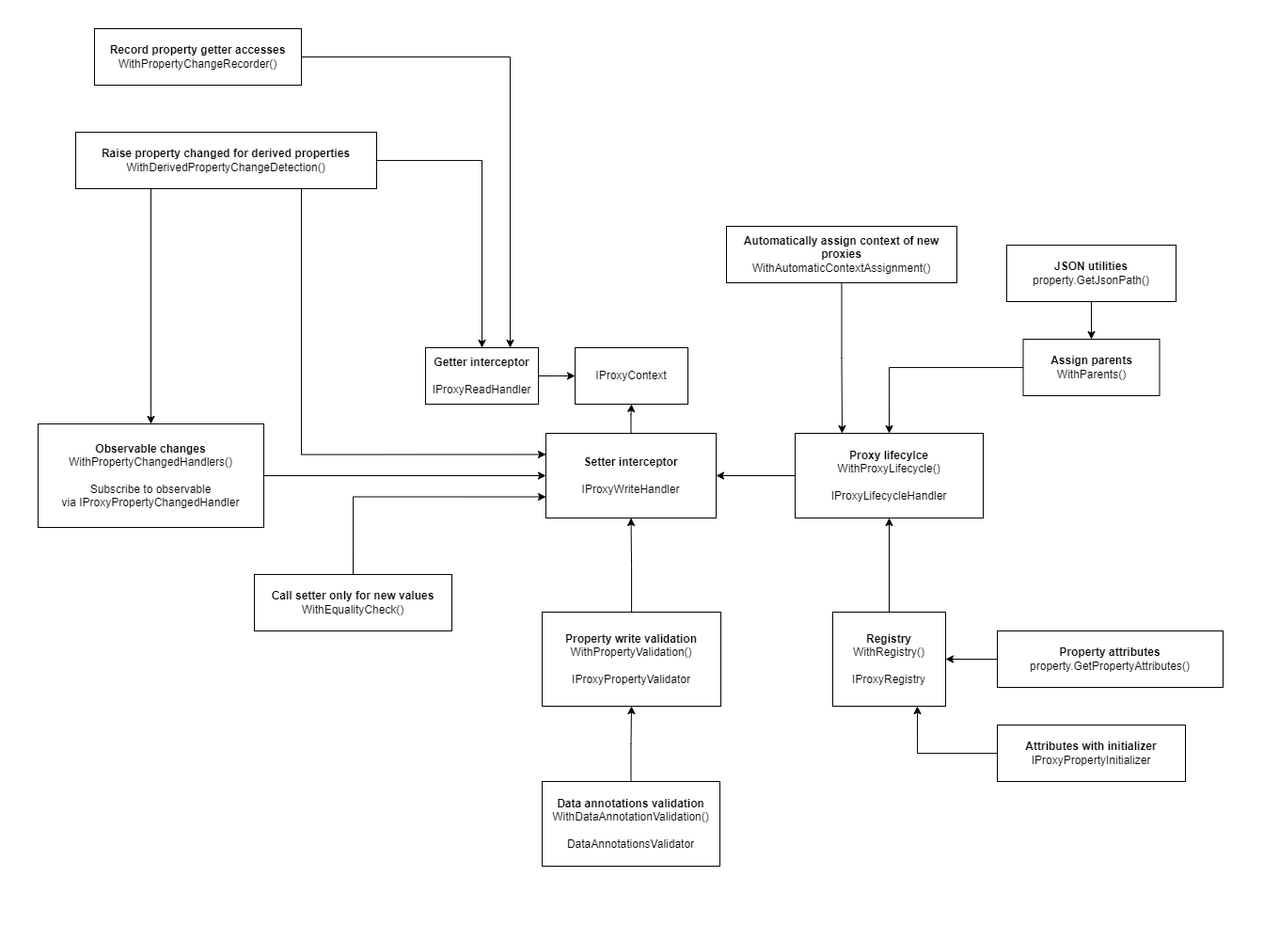
RicoSuter/Namotion.Interceptor keeps this draw.io diagram as features.png. Above is the earlier version. Source tidied: cells renumbered, new cells last; positions are measured from the earlier drawing's top-left corner, leaving out a move shared by most shapes.
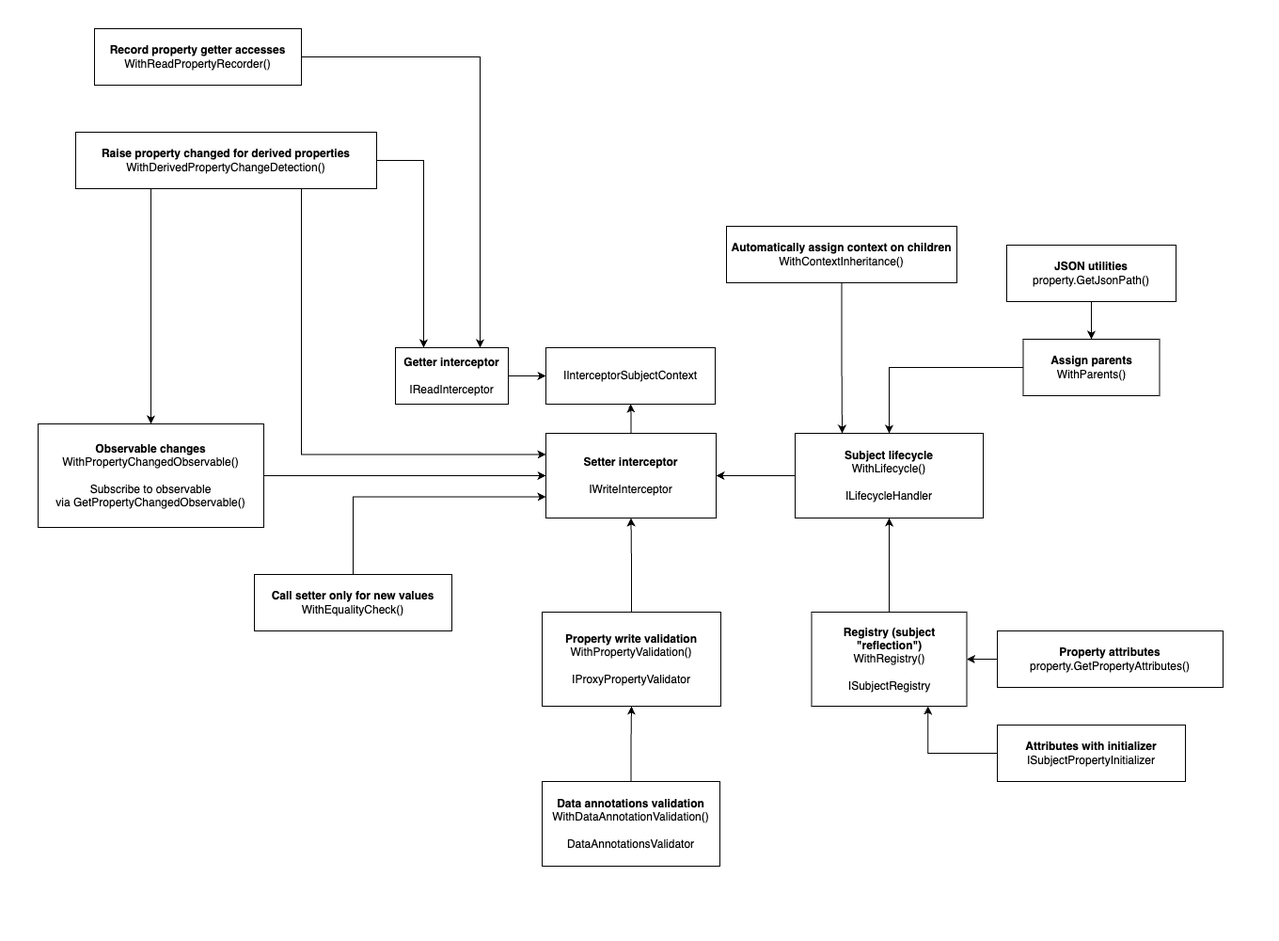
Above is the later version.

Change to the diagram source:
```diff
@@ -5,11 +5,11 @@
     <mxCell id="2" style="edgeStyle=orthogonalEdgeStyle;rounded=0;jettySize=auto;html=1;entryX=0.5;entryY=1;entryDx=0;entryDy=0;" parent="1" edge="1" source="3" target="4">
       <mxGeometry relative="1" as="geometry" />
     </mxCell>
-    <mxCell id="3" value="&lt;div&gt;&lt;b&gt;Setter interceptor&lt;/b&gt;&lt;/div&gt;&lt;div&gt;&lt;br&gt;&lt;/div&gt;IProxyWriteHandler" style="rounded=0;whiteSpace=wrap;html=1;" parent="1" vertex="1">
+    <mxCell id="3" value="&lt;div&gt;&lt;b&gt;Setter interceptor&lt;/b&gt;&lt;/div&gt;&lt;div&gt;&lt;br&gt;&lt;/div&gt;IWriteInterceptor" style="rounded=0;whiteSpace=wrap;html=1;" parent="1" vertex="1">
       <mxGeometry x="580" y="460" width="181" height="90" as="geometry" />
     </mxCell>
-    <mxCell id="4" value="IProxyContext" style="rounded=0;whiteSpace=wrap;html=1;" parent="1" vertex="1">
-      <mxGeometry x="611" y="369" width="120" height="60" as="geometry" />
+    <mxCell id="4" value="IInterceptorSubjectContext" style="rounded=0;whiteSpace=wrap;html=1;" parent="1" vertex="1">
+      <mxGeometry x="580" y="369" width="180" height="60" as="geometry" />
     </mxCell>
     <mxCell id="5" value="&lt;div&gt;&lt;b&gt;Property write validation&lt;/b&gt;&lt;/div&gt;&lt;div&gt;WithPropertyValidation()&lt;/div&gt;&lt;div&gt;&lt;br&gt;&lt;/div&gt;IProxyPropertyValidator" style="rounded=0;whiteSpace=wrap;html=1;" parent="1" vertex="1">
       <mxGeometry x="576" y="650" width="190" height="100" as="geometry" />
@@ -26,19 +26,19 @@
     <mxCell id="9" style="edgeStyle=orthogonalEdgeStyle;rounded=0;jettySize=auto;html=1;entryX=0.5;entryY=1;entryDx=0;entryDy=0;" parent="1" edge="1" source="10" target="12">
       <mxGeometry relative="1" as="geometry" />
     </mxCell>
-    <mxCell id="10" value="&lt;b&gt;Registry&lt;/b&gt;&lt;div&gt;WithRegistry()&lt;/div&gt;&lt;div&gt;&lt;br&gt;&lt;div&gt;IProxyRegistry&lt;br&gt;&lt;/div&gt;&lt;/div&gt;" style="rounded=0;whiteSpace=wrap;html=1;" parent="1" vertex="1">
-      <mxGeometry x="885" y="650" width="120" height="100" as="geometry" />
+    <mxCell id="10" value="&lt;b&gt;Registry (subject &quot;reflection&quot;)&lt;/b&gt;&lt;div&gt;WithRegistry()&lt;/div&gt;&lt;div&gt;&lt;br&gt;&lt;div&gt;ISubjectRegistry&lt;br&gt;&lt;/div&gt;&lt;/div&gt;" style="rounded=0;whiteSpace=wrap;html=1;" parent="1" vertex="1">
+      <mxGeometry x="862.5" y="650" width="165" height="100" as="geometry" />
     </mxCell>
     <mxCell id="11" style="edgeStyle=orthogonalEdgeStyle;rounded=0;jettySize=auto;html=1;entryX=1;entryY=0.5;entryDx=0;entryDy=0;" parent="1" edge="1" source="12" target="3">
       <mxGeometry relative="1" as="geometry" />
     </mxCell>
-    <mxCell id="12" value="&lt;div&gt;&lt;b&gt;Proxy lifecylce&lt;/b&gt;&lt;/div&gt;&lt;div&gt;WithProxyLifecycle()&lt;br&gt;&lt;/div&gt;&lt;div&gt;&lt;br&gt;&lt;/div&gt;IProxyLifecycleHandler" style="rounded=0;whiteSpace=wrap;html=1;" parent="1" vertex="1">
+    <mxCell id="12" value="&lt;div&gt;&lt;b&gt;Subject lifecycle&lt;/b&gt;&lt;/div&gt;&lt;div&gt;WithLifecycle()&lt;br&gt;&lt;/div&gt;&lt;div&gt;&lt;br&gt;&lt;/div&gt;ILifecycleHandler" style="rounded=0;whiteSpace=wrap;html=1;" parent="1" vertex="1">
       <mxGeometry x="845" y="460" width="200" height="90" as="geometry" />
     </mxCell>
     <mxCell id="13" style="edgeStyle=orthogonalEdgeStyle;rounded=0;jettySize=auto;html=1;entryX=0.25;entryY=0;entryDx=0;entryDy=0;" parent="1" edge="1" source="14" target="12">
       <mxGeometry relative="1" as="geometry" />
     </mxCell>
-    <mxCell id="14" value="&lt;div&gt;&lt;b&gt;Automatically assign context of new proxies&lt;/b&gt;&lt;/div&gt;WithAutomaticContextAssignment()" style="rounded=0;whiteSpace=wrap;html=1;" parent="1" vertex="1">
+    <mxCell id="14" value="&lt;div&gt;&lt;b&gt;Automatically assign context on children&lt;/b&gt;&lt;/div&gt;WithContextInheritance()" style="rounded=0;whiteSpace=wrap;html=1;" parent="1" vertex="1">
       <mxGeometry x="772" y="240" width="245" height="60" as="geometry" />
     </mxCell>
     <mxCell id="15" style="edgeStyle=orthogonalEdgeStyle;rounded=0;jettySize=auto;html=1;entryX=0.5;entryY=0;entryDx=0;entryDy=0;" parent="1" edge="1" source="16" target="12">
@@ -50,22 +50,22 @@
     <mxCell id="17" style="edgeStyle=orthogonalEdgeStyle;rounded=0;jettySize=auto;html=1;entryX=0;entryY=0.5;entryDx=0;entryDy=0;exitX=1;exitY=0.5;exitDx=0;exitDy=0;" parent="1" edge="1" source="18" target="3">
       <mxGeometry relative="1" as="geometry" />
     </mxCell>
-    <mxCell id="18" value="&lt;div&gt;&lt;span style=&quot;background-color: initial;&quot;&gt;&lt;b&gt;Observable changes&lt;/b&gt;&lt;/span&gt;&lt;/div&gt;&lt;div&gt;&lt;span style=&quot;background-color: initial;&quot;&gt;WithPropertyChangedHandlers()&lt;/span&gt;&lt;br&gt;&lt;/div&gt;&lt;div&gt;&lt;br&gt;&lt;/div&gt;&lt;div&gt;Subscribe to observable via&amp;nbsp;IProxyPropertyChangedHandler&lt;/div&gt;" style="rounded=0;whiteSpace=wrap;html=1;" parent="1" vertex="1">
+    <mxCell id="18" value="&lt;div&gt;&lt;span style=&quot;background-color: initial;&quot;&gt;&lt;b&gt;Observable changes&lt;/b&gt;&lt;/span&gt;&lt;/div&gt;&lt;div&gt;&lt;span style=&quot;background-color: transparent;&quot;&gt;WithPropertyChangedObservable&lt;/span&gt;&lt;span style=&quot;background-color: initial;&quot;&gt;()&lt;/span&gt;&lt;br&gt;&lt;/div&gt;&lt;div&gt;&lt;br&gt;&lt;/div&gt;&lt;div&gt;Subscribe to observable via&amp;nbsp;GetPropertyChangedObservable()&lt;/div&gt;" style="rounded=0;whiteSpace=wrap;html=1;" parent="1" vertex="1">
       <mxGeometry x="40" y="450" width="240" height="110" as="geometry" />
     </mxCell>
     <mxCell id="19" style="edgeStyle=orthogonalEdgeStyle;rounded=0;jettySize=auto;html=1;entryX=0.75;entryY=0;entryDx=0;entryDy=0;" parent="1" edge="1" source="20" target="22">
       <mxGeometry relative="1" as="geometry" />
     </mxCell>
-    <mxCell id="20" value="&lt;div&gt;&lt;b&gt;Record property getter accesses&lt;/b&gt;&lt;/div&gt;WithPropertyChangeRecorder()" style="rounded=0;whiteSpace=wrap;html=1;" parent="1" vertex="1">
+    <mxCell id="20" value="&lt;div&gt;&lt;b&gt;Record property getter accesses&lt;/b&gt;&lt;/div&gt;WithReadPropertyRecorder()" style="rounded=0;whiteSpace=wrap;html=1;" parent="1" vertex="1">
       <mxGeometry x="100" y="30" width="220" height="60" as="geometry" />
     </mxCell>
     <mxCell id="21" style="edgeStyle=orthogonalEdgeStyle;rounded=0;jettySize=auto;html=1;entryX=0;entryY=0.5;entryDx=0;entryDy=0;" parent="1" edge="1" source="22" target="4">
       <mxGeometry relative="1" as="geometry" />
     </mxCell>
-    <mxCell id="22" value="&lt;b&gt;Getter interceptor&lt;/b&gt;&lt;div&gt;&lt;br&gt;&lt;/div&gt;&lt;div&gt;IProxyReadHandler&lt;br&gt;&lt;/div&gt;" style="rounded=0;whiteSpace=wrap;html=1;" parent="1" vertex="1">
-      <mxGeometry x="452" y="369" width="120" height="60" as="geometry" />
+    <mxCell id="22" value="&lt;b&gt;Getter interceptor&lt;/b&gt;&lt;div&gt;&lt;br&gt;&lt;/div&gt;&lt;div&gt;IReadInterceptor&lt;br&gt;&lt;/div&gt;" style="rounded=0;whiteSpace=wrap;html=1;" parent="1" vertex="1">
+      <mxGeometry x="420" y="369" width="120" height="60" as="geometry" />
     </mxCell>
-    <mxCell id="23" style="edgeStyle=orthogonalEdgeStyle;rounded=0;jettySize=auto;html=1;entryX=0.5;entryY=0;entryDx=0;entryDy=0;" parent="1" edge="1" source="26" target="22">
+    <mxCell id="23" style="edgeStyle=orthogonalEdgeStyle;rounded=0;jettySize=auto;html=1;entryX=0.25;entryY=0;entryDx=0;entryDy=0;" parent="1" edge="1" source="26" target="22">
       <mxGeometry relative="1" as="geometry" />
     </mxCell>
     <mxCell id="24" style="edgeStyle=orthogonalEdgeStyle;rounded=0;jettySize=auto;html=1;entryX=0.5;entryY=0;entryDx=0;entryDy=0;exitX=0.25;exitY=1;exitDx=0;exitDy=0;" parent="1" edge="1" source="26" target="18">
@@ -103,7 +103,7 @@
     <mxCell id="33" style="edgeStyle=orthogonalEdgeStyle;rounded=0;jettySize=auto;html=1;entryX=0.75;entryY=1;entryDx=0;entryDy=0;" parent="1" edge="1" source="34" target="10">
       <mxGeometry relative="1" as="geometry" />
     </mxCell>
-    <mxCell id="34" value="&lt;div&gt;&lt;b&gt;Attributes with initializer&lt;/b&gt;&lt;/div&gt;IProxyPropertyInitializer" style="rounded=0;whiteSpace=wrap;html=1;" parent="1" vertex="1">
+    <mxCell id="34" value="&lt;div&gt;&lt;b&gt;Attributes with initializer&lt;/b&gt;&lt;/div&gt;ISubjectPropertyInitializer" style="rounded=0;whiteSpace=wrap;html=1;" parent="1" vertex="1">
       <mxGeometry x="1060" y="770" width="200" height="60" as="geometry" />
     </mxCell>
     <mxCell id="35" style="rounded=0;whiteSpace=wrap;html=1;strokeColor=none;" parent="1" vertex="1">
```
